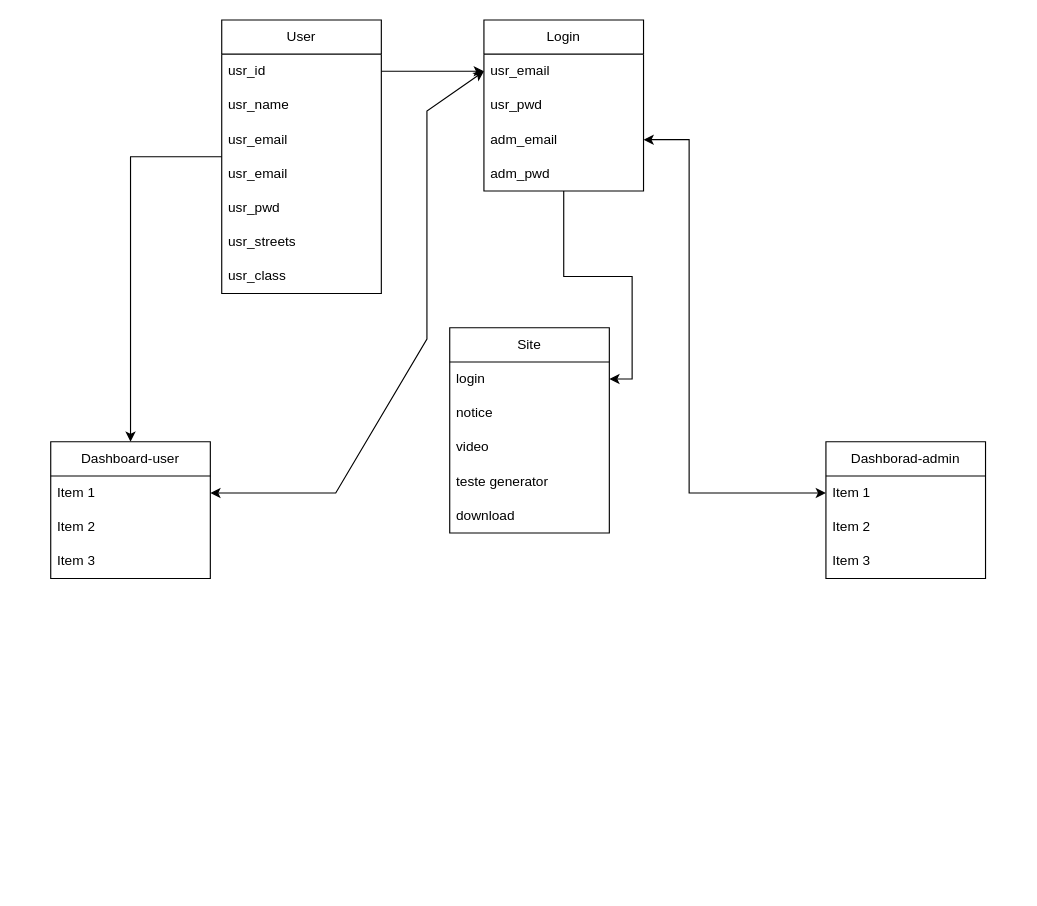
The draw.io diagram Diagrama sem nome.drawio in aleciobr/lipom, before the edit. Source tidied: cells renumbered, new cells numbered last; positions are measured from the earlier drawing's top-left corner, leaving out a move shared by most shapes. Both pictures are drawn from the tidied source at 114%, with x=0, y=0 at pixel (50, 19).
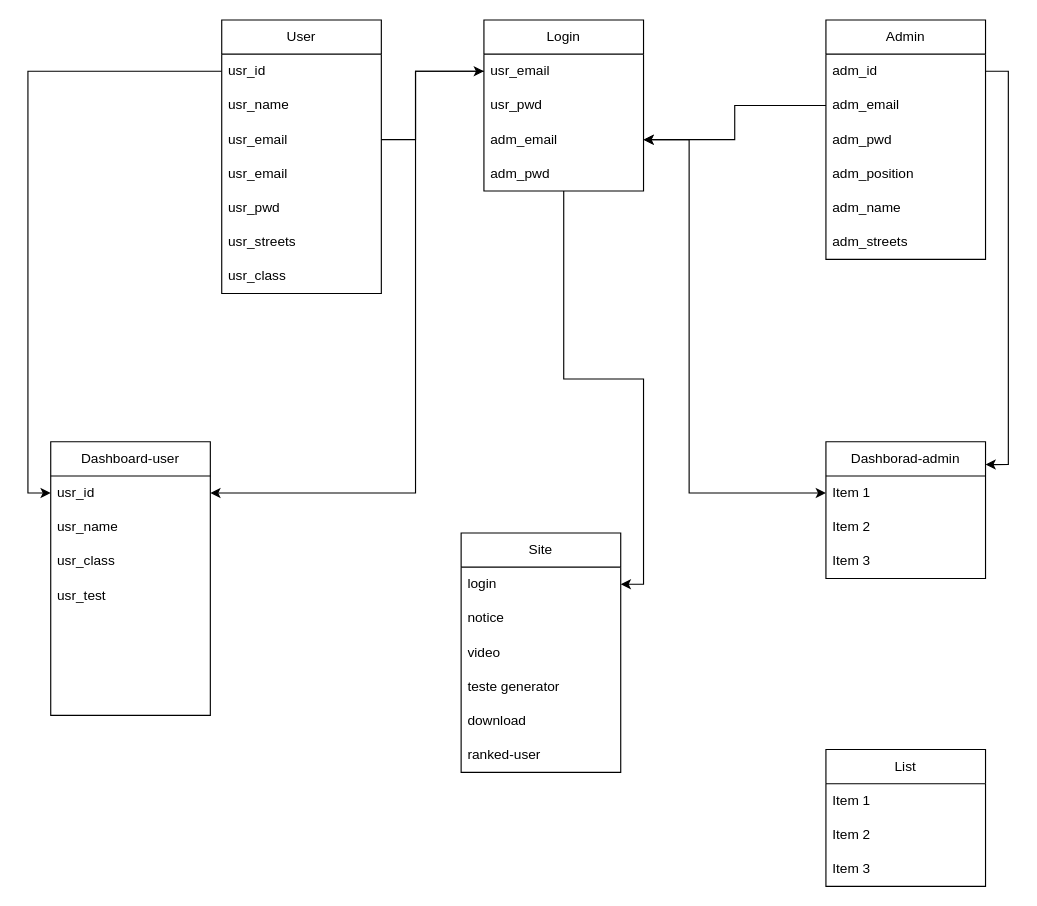
The same page after the edit.

Unchanged cells that the change refers to:
```xml
<mxCell id="3" value="User" style="swimlane;fontStyle=0;horizontal=1;startSize=30;whiteSpace=wrap;html=1;" parent="1" vertex="1">
  <mxGeometry x="150" width="140" height="240" as="geometry" />
</mxCell>
<mxCell id="4" value="usr_id" style="text;strokeColor=none;fillColor=none;align=left;verticalAlign=middle;spacingLeft=4;spacingRight=4;overflow=hidden;points=[[0,0.5],[1,0.5]];portConstraint=eastwest;whiteSpace=wrap;html=1;" parent="3" vertex="1">
  <mxGeometry y="30" width="140" height="30" as="geometry" />
</mxCell>
<mxCell id="6" value="usr_email" style="text;strokeColor=none;fillColor=none;align=left;verticalAlign=middle;spacingLeft=4;spacingRight=4;overflow=hidden;points=[[0,0.5],[1,0.5]];portConstraint=eastwest;whiteSpace=wrap;html=1;" parent="3" vertex="1">
  <mxGeometry y="90" width="140" height="30" as="geometry" />
</mxCell>
<mxCell id="13" value="usr_email" style="text;strokeColor=none;fillColor=none;align=left;verticalAlign=middle;spacingLeft=4;spacingRight=4;overflow=hidden;points=[[0,0.5],[1,0.5]];portConstraint=eastwest;whiteSpace=wrap;html=1;" parent="12" vertex="1">
  <mxGeometry y="30" width="140" height="30" as="geometry" />
</mxCell>
<mxCell id="15" value="adm_email" style="text;strokeColor=none;fillColor=none;align=left;verticalAlign=middle;spacingLeft=4;spacingRight=4;overflow=hidden;points=[[0,0.5],[1,0.5]];portConstraint=eastwest;whiteSpace=wrap;html=1;" parent="12" vertex="1">
  <mxGeometry y="90" width="140" height="30" as="geometry" />
</mxCell>
<mxCell id="28" value="Dashborad-admin" style="swimlane;fontStyle=0;horizontal=1;startSize=30;whiteSpace=wrap;html=1;" parent="1" vertex="1">
  <mxGeometry x="680" y="370" width="140" height="120" as="geometry" />
</mxCell>
```

What changed in the source:
```diff
@@
-    <mxCell id="2" style="edgeStyle=orthogonalEdgeStyle;rounded=0;jettySize=auto;html=1;entryX=0.5;entryY=0;entryDx=0;entryDy=0;" parent="1" edge="1" source="3" target="24">
-      <mxGeometry relative="1" as="geometry" />
-    </mxCell>
@@
-    <mxCell id="17" style="edgeStyle=orthogonalEdgeStyle;rounded=0;jettySize=auto;html=1;entryX=0;entryY=0.5;entryDx=0;entryDy=0;" parent="1" edge="1" source="4" target="13">
-      <mxGeometry relative="1" as="geometry" />
-    </mxCell>
     <mxCell id="18" value="Site" style="swimlane;fontStyle=0;horizontal=1;startSize=30;whiteSpace=wrap;html=1;" parent="1" vertex="1">
-      <mxGeometry x="350" y="270" width="140" height="180" as="geometry" />
+      <mxGeometry x="360" y="450" width="140" height="210" as="geometry" />
     </mxCell>
@@
+    <mxCell id="34" value="ranked-user" style="text;strokeColor=none;fillColor=none;align=left;verticalAlign=middle;spacingLeft=4;spacingRight=4;overflow=hidden;whiteSpace=wrap;html=1;" parent="18" vertex="1">
+      <mxGeometry y="180" width="140" height="30" as="geometry" />
+    </mxCell>
     <mxCell id="24" value="Dashboard-user" style="swimlane;fontStyle=0;horizontal=1;startSize=30;whiteSpace=wrap;html=1;" parent="1" vertex="1">
-      <mxGeometry y="370" width="140" height="120" as="geometry" />
+      <mxGeometry y="370" width="140" height="240" as="geometry" />
     </mxCell>
-    <mxCell id="25" value="Item 1" style="text;strokeColor=none;fillColor=none;align=left;verticalAlign=middle;spacingLeft=4;spacingRight=4;overflow=hidden;points=[[0,0.5],[1,0.5]];portConstraint=eastwest;whiteSpace=wrap;html=1;" parent="24" vertex="1">
+    <mxCell id="25" value="usr_id" style="text;strokeColor=none;fillColor=none;align=left;verticalAlign=middle;spacingLeft=4;spacingRight=4;overflow=hidden;points=[[0,0.5],[1,0.5]];portConstraint=eastwest;whiteSpace=wrap;html=1;" parent="24" vertex="1">
       <mxGeometry y="30" width="140" height="30" as="geometry" />
     </mxCell>
-    <mxCell id="26" value="Item 2" style="text;strokeColor=none;fillColor=none;align=left;verticalAlign=middle;spacingLeft=4;spacingRight=4;overflow=hidden;whiteSpace=wrap;html=1;" parent="24" vertex="1">
+    <mxCell id="26" value="usr_name" style="text;strokeColor=none;fillColor=none;align=left;verticalAlign=middle;spacingLeft=4;spacingRight=4;overflow=hidden;whiteSpace=wrap;html=1;" parent="24" vertex="1">
       <mxGeometry y="60" width="140" height="30" as="geometry" />
     </mxCell>
-    <mxCell id="27" value="Item 3" style="text;strokeColor=none;fillColor=none;align=left;verticalAlign=middle;spacingLeft=4;spacingRight=4;overflow=hidden;whiteSpace=wrap;html=1;" parent="24" vertex="1">
+    <mxCell id="27" value="usr_class" style="text;strokeColor=none;fillColor=none;align=left;verticalAlign=middle;spacingLeft=4;spacingRight=4;overflow=hidden;whiteSpace=wrap;html=1;" parent="24" vertex="1">
       <mxGeometry y="90" width="140" height="30" as="geometry" />
     </mxCell>
+    <mxCell id="35" value="usr_test" style="text;strokeColor=none;fillColor=none;align=left;verticalAlign=middle;spacingLeft=4;spacingRight=4;overflow=hidden;whiteSpace=wrap;html=1;" parent="24" vertex="1">
+      <mxGeometry y="120" width="140" height="30" as="geometry" />
+    </mxCell>
+    <mxCell id="36" style="text;strokeColor=none;fillColor=none;align=left;verticalAlign=middle;spacingLeft=4;spacingRight=4;overflow=hidden;whiteSpace=wrap;html=1;" parent="24" vertex="1">
+      <mxGeometry y="150" width="140" height="30" as="geometry" />
+    </mxCell>
+    <mxCell id="37" style="text;strokeColor=none;fillColor=none;align=left;verticalAlign=middle;spacingLeft=4;spacingRight=4;overflow=hidden;whiteSpace=wrap;html=1;" parent="24" vertex="1">
+      <mxGeometry y="180" width="140" height="30" as="geometry" />
+    </mxCell>
+    <mxCell id="38" style="text;strokeColor=none;fillColor=none;align=left;verticalAlign=middle;spacingLeft=4;spacingRight=4;overflow=hidden;whiteSpace=wrap;html=1;" parent="24" vertex="1">
+      <mxGeometry y="210" width="140" height="30" as="geometry" />
+    </mxCell>
@@
-    <mxCell id="32" style="endArrow=classic;startArrow=classic;html=1;rounded=0;exitX=1;exitY=0.5;exitDx=0;exitDy=0;entryX=0;entryY=0.5;entryDx=0;entryDy=0;" parent="1" edge="1" source="25" target="13">
-      <mxGeometry relative="1" as="geometry">
-        <Array as="points">
-          <mxPoint x="250" y="415" />
-          <mxPoint x="330" y="280" />
-          <mxPoint x="330" y="80" />
-        </Array>
-      </mxGeometry>
-    </mxCell>
@@
+    <mxCell id="39" value="List" style="swimlane;fontStyle=0;horizontal=1;startSize=30;whiteSpace=wrap;html=1;" parent="1" vertex="1">
+      <mxGeometry x="680" y="640" width="140" height="120" as="geometry" />
+    </mxCell>
+    <mxCell id="40" value="Item 1" style="text;strokeColor=none;fillColor=none;align=left;verticalAlign=middle;spacingLeft=4;spacingRight=4;overflow=hidden;whiteSpace=wrap;html=1;" parent="39" vertex="1">
+      <mxGeometry y="30" width="140" height="30" as="geometry" />
+    </mxCell>
+    <mxCell id="41" value="Item 2" style="text;strokeColor=none;fillColor=none;align=left;verticalAlign=middle;spacingLeft=4;spacingRight=4;overflow=hidden;whiteSpace=wrap;html=1;" parent="39" vertex="1">
+      <mxGeometry y="60" width="140" height="30" as="geometry" />
+    </mxCell>
+    <mxCell id="42" value="Item 3" style="text;strokeColor=none;fillColor=none;align=left;verticalAlign=middle;spacingLeft=4;spacingRight=4;overflow=hidden;whiteSpace=wrap;html=1;" parent="39" vertex="1">
+      <mxGeometry y="90" width="140" height="30" as="geometry" />
+    </mxCell>
+    <mxCell id="43" value="Admin" style="swimlane;fontStyle=0;horizontal=1;startSize=30;whiteSpace=wrap;html=1;" parent="1" vertex="1">
+      <mxGeometry x="680" width="140" height="210" as="geometry" />
+    </mxCell>
+    <mxCell id="44" value="adm_id" style="text;strokeColor=none;fillColor=none;align=left;verticalAlign=middle;spacingLeft=4;spacingRight=4;overflow=hidden;points=[[0,0.5],[1,0.5]];portConstraint=eastwest;whiteSpace=wrap;html=1;" parent="43" vertex="1">
+      <mxGeometry y="30" width="140" height="30" as="geometry" />
+    </mxCell>
+    <mxCell id="45" value="adm_email" style="text;strokeColor=none;fillColor=none;align=left;verticalAlign=middle;spacingLeft=4;spacingRight=4;overflow=hidden;points=[[0,0.5],[1,0.5]];portConstraint=eastwest;whiteSpace=wrap;html=1;" parent="43" vertex="1">
+      <mxGeometry y="60" width="140" height="30" as="geometry" />
+    </mxCell>
+    <mxCell id="46" value="adm_pwd" style="text;strokeColor=none;fillColor=none;align=left;verticalAlign=middle;spacingLeft=4;spacingRight=4;overflow=hidden;whiteSpace=wrap;html=1;" parent="43" vertex="1">
+      <mxGeometry y="90" width="140" height="30" as="geometry" />
+    </mxCell>
+    <mxCell id="47" value="adm_position" style="text;strokeColor=none;fillColor=none;align=left;verticalAlign=middle;spacingLeft=4;spacingRight=4;overflow=hidden;whiteSpace=wrap;html=1;" parent="43" vertex="1">
+      <mxGeometry y="120" width="140" height="30" as="geometry" />
+    </mxCell>
+    <mxCell id="48" value="adm_name" style="text;strokeColor=none;fillColor=none;align=left;verticalAlign=middle;spacingLeft=4;spacingRight=4;overflow=hidden;whiteSpace=wrap;html=1;" parent="43" vertex="1">
+      <mxGeometry y="150" width="140" height="30" as="geometry" />
+    </mxCell>
+    <mxCell id="49" value="adm_streets" style="text;strokeColor=none;fillColor=none;align=left;verticalAlign=middle;spacingLeft=4;spacingRight=4;overflow=hidden;whiteSpace=wrap;html=1;" parent="43" vertex="1">
+      <mxGeometry y="180" width="140" height="30" as="geometry" />
+    </mxCell>
+    <mxCell id="50" style="edgeStyle=orthogonalEdgeStyle;rounded=0;jettySize=auto;html=1;exitX=0;exitY=0.5;exitDx=0;exitDy=0;entryX=1;entryY=0.5;entryDx=0;entryDy=0;" parent="1" edge="1" source="45" target="15">
+      <mxGeometry relative="1" as="geometry" />
+    </mxCell>
+    <mxCell id="51" style="edgeStyle=orthogonalEdgeStyle;rounded=0;jettySize=auto;html=1;exitX=1;exitY=0.5;exitDx=0;exitDy=0;entryX=1;entryY=0.167;entryDx=0;entryDy=0;entryPerimeter=0;" parent="1" edge="1" source="44" target="28">
+      <mxGeometry relative="1" as="geometry" />
+    </mxCell>
+    <mxCell id="52" style="edgeStyle=orthogonalEdgeStyle;rounded=0;jettySize=auto;html=1;entryX=0;entryY=0.5;entryDx=0;entryDy=0;" parent="1" edge="1" source="4" target="25">
+      <mxGeometry relative="1" as="geometry" />
+    </mxCell>
+    <mxCell id="53" style="edgeStyle=orthogonalEdgeStyle;rounded=0;jettySize=auto;html=1;exitX=0;exitY=0.5;exitDx=0;exitDy=0;entryX=1;entryY=0.5;entryDx=0;entryDy=0;" parent="1" edge="1" source="13" target="25">
+      <mxGeometry relative="1" as="geometry">
+        <Array as="points">
+          <mxPoint x="320" y="45" />
+          <mxPoint x="320" y="415" />
+        </Array>
+      </mxGeometry>
+    </mxCell>
+    <mxCell id="54" style="edgeStyle=orthogonalEdgeStyle;rounded=0;jettySize=auto;html=1;entryX=0;entryY=0.5;entryDx=0;entryDy=0;" parent="1" edge="1" source="6" target="13">
+      <mxGeometry relative="1" as="geometry">
+        <Array as="points">
+          <mxPoint x="320" y="105" />
+          <mxPoint x="320" y="45" />
+        </Array>
+      </mxGeometry>
+    </mxCell>
```
